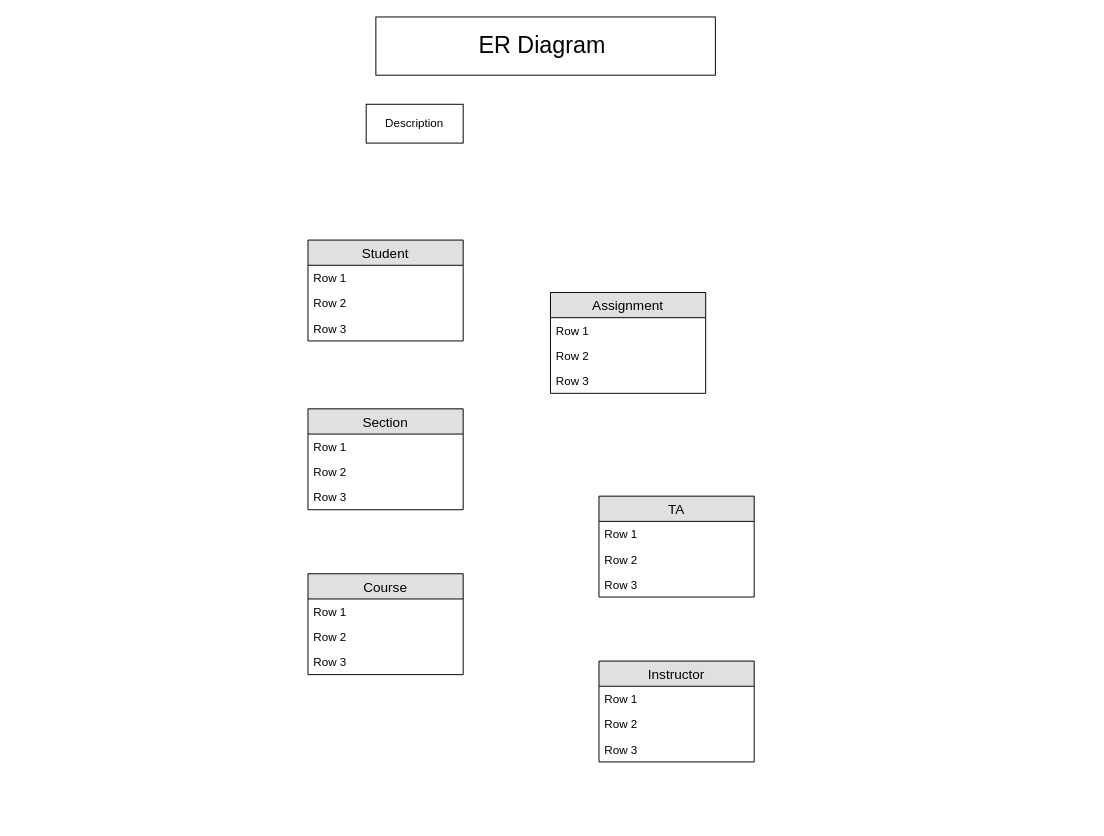
This is Assignments/Assignment 4/ER-Diagram.drawio from atomo15/amw6rc, a draw.io file, before an edit. Source tidied: cells renumbered, new cells numbered last; positions are measured from the earlier drawing's top-left corner, leaving out a move shared by most shapes. Both pictures are drawn from the tidied source at 97%, with x=0, y=0 at pixel (307, 16).
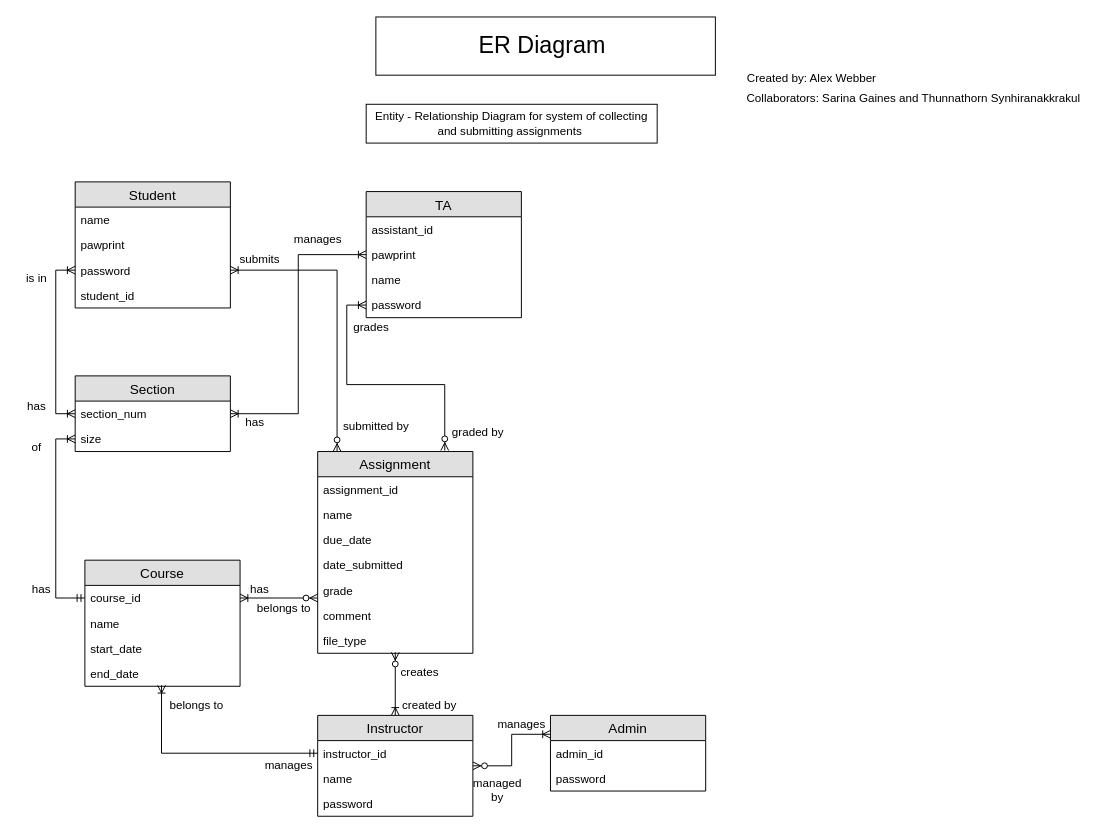
The same diagram, later.

Change to the diagram source:
```diff
@@
     <mxCell id="2" value="Student" style="swimlane;fontStyle=0;horizontal=1;startSize=26;fillColor=#e0e0e0;swimlaneFillColor=#ffffff;align=center;fontSize=14;" parent="1" vertex="1">
-      <mxGeometry y="230" width="160" height="104" as="geometry" />
+      <mxGeometry x="-240" y="170" width="160" height="130" as="geometry" />
     </mxCell>
-    <mxCell id="3" value="Row 1" style="text;strokeColor=none;fillColor=none;spacingLeft=4;spacingRight=4;overflow=hidden;fontSize=12;" parent="2" vertex="1">
+    <mxCell id="3" value="name" style="text;strokeColor=none;fillColor=none;spacingLeft=4;spacingRight=4;overflow=hidden;fontSize=12;" parent="2" vertex="1">
       <mxGeometry y="26" width="160" height="26" as="geometry" />
     </mxCell>
-    <mxCell id="4" value="Row 2" style="text;strokeColor=none;fillColor=none;spacingLeft=4;spacingRight=4;overflow=hidden;fontSize=12;" parent="2" vertex="1">
+    <mxCell id="4" value="pawprint" style="text;strokeColor=none;fillColor=none;spacingLeft=4;spacingRight=4;overflow=hidden;fontSize=12;" parent="2" vertex="1">
       <mxGeometry y="52" width="160" height="26" as="geometry" />
     </mxCell>
+    <mxCell id="28" value="password" style="text;strokeColor=none;fillColor=none;spacingLeft=4;spacingRight=4;overflow=hidden;points=[[0,0.5],[1,0.5]];portConstraint=eastwest;fontSize=12;" parent="2" vertex="1">
+      <mxGeometry y="78" width="160" height="26" as="geometry" />
+    </mxCell>
-    <mxCell id="5" value="Row 3" style="text;strokeColor=none;fillColor=none;spacingLeft=4;spacingRight=4;overflow=hidden;fontSize=12;" parent="2" vertex="1">
-      <mxGeometry y="78" width="160" height="26" as="geometry" />
+    <mxCell id="5" value="student_id" style="text;strokeColor=none;fillColor=none;spacingLeft=4;spacingRight=4;overflow=hidden;fontSize=12;" parent="2" vertex="1">
+      <mxGeometry y="104" width="160" height="26" as="geometry" />
     </mxCell>
     <mxCell id="6" value="TA" style="swimlane;fontStyle=0;horizontal=1;startSize=26;fillColor=#e0e0e0;swimlaneFillColor=#ffffff;align=center;fontSize=14;" parent="1" vertex="1">
-      <mxGeometry x="300" y="494" width="160" height="104" as="geometry" />
+      <mxGeometry x="60" y="180" width="160" height="130" as="geometry" />
     </mxCell>
-    <mxCell id="7" value="Row 1" style="text;strokeColor=none;fillColor=none;spacingLeft=4;spacingRight=4;overflow=hidden;fontSize=12;" parent="6" vertex="1">
+    <mxCell id="7" value="assistant_id" style="text;strokeColor=none;fillColor=none;spacingLeft=4;spacingRight=4;overflow=hidden;fontSize=12;" parent="6" vertex="1">
       <mxGeometry y="26" width="160" height="26" as="geometry" />
     </mxCell>
+    <mxCell id="29" value="pawprint" style="text;strokeColor=none;fillColor=none;spacingLeft=4;spacingRight=4;overflow=hidden;points=[[0,0.5],[1,0.5]];portConstraint=eastwest;fontSize=12;" parent="6" vertex="1">
+      <mxGeometry y="52" width="160" height="26" as="geometry" />
+    </mxCell>
-    <mxCell id="8" value="Row 2" style="text;strokeColor=none;fillColor=none;spacingLeft=4;spacingRight=4;overflow=hidden;fontSize=12;" parent="6" vertex="1">
-      <mxGeometry y="52" width="160" height="26" as="geometry" />
+    <mxCell id="8" value="name" style="text;strokeColor=none;fillColor=none;spacingLeft=4;spacingRight=4;overflow=hidden;fontSize=12;" parent="6" vertex="1">
+      <mxGeometry y="78" width="160" height="26" as="geometry" />
     </mxCell>
-    <mxCell id="9" value="Row 3" style="text;strokeColor=none;fillColor=none;spacingLeft=4;spacingRight=4;overflow=hidden;points=[[0,0.5],[1,0.5]];portConstraint=eastwest;fontSize=12;" parent="6" vertex="1">
-      <mxGeometry y="78" width="160" height="26" as="geometry" />
+    <mxCell id="9" value="password" style="text;strokeColor=none;fillColor=none;spacingLeft=4;spacingRight=4;overflow=hidden;points=[[0,0.5],[1,0.5]];portConstraint=eastwest;fontSize=12;" parent="6" vertex="1">
+      <mxGeometry y="104" width="160" height="26" as="geometry" />
     </mxCell>
     <mxCell id="10" value="Course" style="swimlane;fontStyle=0;horizontal=1;startSize=26;fillColor=#e0e0e0;swimlaneFillColor=#ffffff;align=center;fontSize=14;" parent="1" vertex="1">
-      <mxGeometry y="574" width="160" height="104" as="geometry" />
+      <mxGeometry x="-230" y="560" width="160" height="130" as="geometry" />
     </mxCell>
-    <mxCell id="11" value="Row 1" style="text;strokeColor=none;fillColor=none;spacingLeft=4;spacingRight=4;overflow=hidden;points=[[0,0.5],[1,0.5]];portConstraint=eastwest;fontSize=12;" parent="10" vertex="1">
+    <mxCell id="11" value="course_id" style="text;strokeColor=none;fillColor=none;spacingLeft=4;spacingRight=4;overflow=hidden;points=[[0,0.5],[1,0.5]];portConstraint=eastwest;fontSize=12;" parent="10" vertex="1">
       <mxGeometry y="26" width="160" height="26" as="geometry" />
     </mxCell>
-    <mxCell id="12" value="Row 2" style="text;strokeColor=none;fillColor=none;spacingLeft=4;spacingRight=4;overflow=hidden;fontSize=12;" parent="10" vertex="1">
+    <mxCell id="12" value="name" style="text;strokeColor=none;fillColor=none;spacingLeft=4;spacingRight=4;overflow=hidden;fontSize=12;" parent="10" vertex="1">
       <mxGeometry y="52" width="160" height="26" as="geometry" />
     </mxCell>
-    <mxCell id="13" value="Row 3" style="text;strokeColor=none;fillColor=none;spacingLeft=4;spacingRight=4;overflow=hidden;fontSize=12;" parent="10" vertex="1">
+    <mxCell id="13" value="start_date" style="text;strokeColor=none;fillColor=none;spacingLeft=4;spacingRight=4;overflow=hidden;fontSize=12;" parent="10" vertex="1">
       <mxGeometry y="78" width="160" height="26" as="geometry" />
     </mxCell>
+    <mxCell id="30" value="end_date" style="text;strokeColor=none;fillColor=none;spacingLeft=4;spacingRight=4;overflow=hidden;points=[[0,0.5],[1,0.5]];portConstraint=eastwest;fontSize=12;" parent="10" vertex="1">
+      <mxGeometry y="104" width="160" height="26" as="geometry" />
+    </mxCell>
     <mxCell id="14" value="Assignment" style="swimlane;fontStyle=0;horizontal=1;startSize=26;fillColor=#e0e0e0;swimlaneFillColor=#ffffff;align=center;fontSize=14;" parent="1" vertex="1">
-      <mxGeometry x="250" y="284" width="160" height="104" as="geometry" />
+      <mxGeometry x="10" y="448" width="160" height="208" as="geometry" />
     </mxCell>
-    <mxCell id="15" value="Row 1" style="text;strokeColor=none;fillColor=none;spacingLeft=4;spacingRight=4;overflow=hidden;fontSize=12;" parent="14" vertex="1">
+    <mxCell id="15" value="assignment_id" style="text;strokeColor=none;fillColor=none;spacingLeft=4;spacingRight=4;overflow=hidden;fontSize=12;" parent="14" vertex="1">
       <mxGeometry y="26" width="160" height="26" as="geometry" />
     </mxCell>
-    <mxCell id="16" value="Row 2" style="text;strokeColor=none;fillColor=none;spacingLeft=4;spacingRight=4;overflow=hidden;fontSize=12;" parent="14" vertex="1">
+    <mxCell id="16" value="name" style="text;strokeColor=none;fillColor=none;spacingLeft=4;spacingRight=4;overflow=hidden;fontSize=12;" parent="14" vertex="1">
       <mxGeometry y="52" width="160" height="26" as="geometry" />
     </mxCell>
+    <mxCell id="31" value="due_date" style="text;strokeColor=none;fillColor=none;spacingLeft=4;spacingRight=4;overflow=hidden;fontSize=12;" parent="14" vertex="1">
+      <mxGeometry y="78" width="160" height="26" as="geometry" />
+    </mxCell>
+    <mxCell id="32" value="date_submitted" style="text;strokeColor=none;fillColor=none;spacingLeft=4;spacingRight=4;overflow=hidden;fontSize=12;" parent="14" vertex="1">
+      <mxGeometry y="104" width="160" height="26" as="geometry" />
+    </mxCell>
+    <mxCell id="33" value="grade" style="text;strokeColor=none;fillColor=none;spacingLeft=4;spacingRight=4;overflow=hidden;points=[[0,0.5],[1,0.5]];portConstraint=eastwest;fontSize=12;" parent="14" vertex="1">
+      <mxGeometry y="130" width="160" height="26" as="geometry" />
+    </mxCell>
+    <mxCell id="34" value="comment" style="text;strokeColor=none;fillColor=none;spacingLeft=4;spacingRight=4;overflow=hidden;fontSize=12;" parent="14" vertex="1">
+      <mxGeometry y="156" width="160" height="26" as="geometry" />
+    </mxCell>
-    <mxCell id="17" value="Row 3" style="text;strokeColor=none;fillColor=none;spacingLeft=4;spacingRight=4;overflow=hidden;points=[[0,0.5],[1,0.5]];portConstraint=eastwest;fontSize=12;" parent="14" vertex="1">
-      <mxGeometry y="78" width="160" height="26" as="geometry" />
+    <mxCell id="17" value="file_type" style="text;strokeColor=none;fillColor=none;spacingLeft=4;spacingRight=4;overflow=hidden;points=[[0,0.5],[1,0.5]];portConstraint=eastwest;fontSize=12;" parent="14" vertex="1">
+      <mxGeometry y="182" width="160" height="26" as="geometry" />
     </mxCell>
     <mxCell id="18" value="Section" style="swimlane;fontStyle=0;horizontal=1;startSize=26;fillColor=#e0e0e0;swimlaneFillColor=#ffffff;align=center;fontSize=14;" parent="1" vertex="1">
-      <mxGeometry y="404" width="160" height="104" as="geometry" />
+      <mxGeometry x="-240" y="370" width="160" height="78" as="geometry" />
     </mxCell>
-    <mxCell id="19" value="Row 1" style="text;strokeColor=none;fillColor=none;spacingLeft=4;spacingRight=4;overflow=hidden;points=[[0,0.5],[1,0.5]];portConstraint=eastwest;fontSize=12;" parent="18" vertex="1">
+    <mxCell id="19" value="section_num" style="text;strokeColor=none;fillColor=none;spacingLeft=4;spacingRight=4;overflow=hidden;points=[[0,0.5],[1,0.5]];portConstraint=eastwest;fontSize=12;" parent="18" vertex="1">
       <mxGeometry y="26" width="160" height="26" as="geometry" />
     </mxCell>
-    <mxCell id="20" value="Row 2" style="text;strokeColor=none;fillColor=none;spacingLeft=4;spacingRight=4;overflow=hidden;points=[[0,0.5],[1,0.5]];portConstraint=eastwest;fontSize=12;" parent="18" vertex="1">
+    <mxCell id="20" value="size" style="text;strokeColor=none;fillColor=none;spacingLeft=4;spacingRight=4;overflow=hidden;points=[[0,0.5],[1,0.5]];portConstraint=eastwest;fontSize=12;" parent="18" vertex="1">
       <mxGeometry y="52" width="160" height="26" as="geometry" />
     </mxCell>
-    <mxCell id="21" value="Row 3" style="text;strokeColor=none;fillColor=none;spacingLeft=4;spacingRight=4;overflow=hidden;fontSize=12;" parent="18" vertex="1">
-      <mxGeometry y="78" width="160" height="26" as="geometry" />
-    </mxCell>
+    <mxCell id="35" style="edgeStyle=orthogonalEdgeStyle;rounded=0;jettySize=auto;html=1;exitX=0.5;exitY=0;exitDx=0;exitDy=0;entryX=0.5;entryY=0.962;entryDx=0;entryDy=0;entryPerimeter=0;startArrow=ERoneToMany;startFill=0;endArrow=ERzeroToMany;endFill=1;" parent="1" edge="1" source="22" target="17">
+      <mxGeometry relative="1" as="geometry" />
+    </mxCell>
     <mxCell id="22" value="Instructor" style="swimlane;fontStyle=0;horizontal=1;startSize=26;fillColor=#e0e0e0;swimlaneFillColor=#ffffff;align=center;fontSize=14;" parent="1" vertex="1">
-      <mxGeometry x="300" y="664" width="160" height="104" as="geometry" />
+      <mxGeometry x="10" y="720" width="160" height="104" as="geometry" />
     </mxCell>
-    <mxCell id="23" value="Row 1" style="text;strokeColor=none;fillColor=none;spacingLeft=4;spacingRight=4;overflow=hidden;points=[[0,0.5],[1,0.5]];portConstraint=eastwest;fontSize=12;" parent="22" vertex="1">
+    <mxCell id="23" value="instructor_id" style="text;strokeColor=none;fillColor=none;spacingLeft=4;spacingRight=4;overflow=hidden;points=[[0,0.5],[1,0.5]];portConstraint=eastwest;fontSize=12;" parent="22" vertex="1">
       <mxGeometry y="26" width="160" height="26" as="geometry" />
     </mxCell>
-    <mxCell id="24" value="Row 2" style="text;strokeColor=none;fillColor=none;spacingLeft=4;spacingRight=4;overflow=hidden;fontSize=12;" parent="22" vertex="1">
+    <mxCell id="24" value="name" style="text;strokeColor=none;fillColor=none;spacingLeft=4;spacingRight=4;overflow=hidden;fontSize=12;" parent="22" vertex="1">
       <mxGeometry y="52" width="160" height="26" as="geometry" />
     </mxCell>
-    <mxCell id="25" value="Row 3" style="text;strokeColor=none;fillColor=none;spacingLeft=4;spacingRight=4;overflow=hidden;fontSize=12;" parent="22" vertex="1">
+    <mxCell id="25" value="password" style="text;strokeColor=none;fillColor=none;spacingLeft=4;spacingRight=4;overflow=hidden;fontSize=12;" parent="22" vertex="1">
       <mxGeometry y="78" width="160" height="26" as="geometry" />
     </mxCell>
@@
-    <mxCell id="27" value="Description" style="whiteSpace=wrap;html=1;align=center;" parent="1" vertex="1">
-      <mxGeometry x="60" y="90" width="100" height="40" as="geometry" />
+    <mxCell id="27" value="Entity - Relationship Diagram for system of collecting and submitting assignments&amp;nbsp;" style="whiteSpace=wrap;html=1;align=center;" parent="1" vertex="1">
+      <mxGeometry x="60" y="90" width="300" height="40" as="geometry" />
     </mxCell>
+    <mxCell id="36" style="edgeStyle=orthogonalEdgeStyle;rounded=0;jettySize=auto;html=1;exitX=0;exitY=0.25;exitDx=0;exitDy=0;startArrow=ERoneToMany;startFill=0;endArrow=ERzeroToMany;endFill=1;" parent="1" edge="1" source="37" target="22">
+      <mxGeometry relative="1" as="geometry" />
+    </mxCell>
+    <mxCell id="37" value="Admin" style="swimlane;fontStyle=0;horizontal=1;startSize=26;fillColor=#e0e0e0;swimlaneFillColor=#ffffff;align=center;fontSize=14;" parent="1" vertex="1">
+      <mxGeometry x="250" y="720" width="160" height="78" as="geometry" />
+    </mxCell>
+    <mxCell id="38" value="admin_id" style="text;strokeColor=none;fillColor=none;spacingLeft=4;spacingRight=4;overflow=hidden;fontSize=12;" parent="37" vertex="1">
+      <mxGeometry y="26" width="160" height="26" as="geometry" />
+    </mxCell>
+    <mxCell id="39" value="password" style="text;strokeColor=none;fillColor=none;spacingLeft=4;spacingRight=4;overflow=hidden;fontSize=12;" parent="37" vertex="1">
+      <mxGeometry y="52" width="160" height="26" as="geometry" />
+    </mxCell>
+    <mxCell id="40" style="edgeStyle=orthogonalEdgeStyle;rounded=0;jettySize=auto;html=1;exitX=0;exitY=0.5;exitDx=0;exitDy=0;entryX=0;entryY=0.5;entryDx=0;entryDy=0;endArrow=ERoneToMany;endFill=0;startArrow=ERoneToMany;startFill=0;" parent="1" edge="1" source="28" target="19">
+      <mxGeometry relative="1" as="geometry" />
+    </mxCell>
+    <mxCell id="41" value="is in" style="text;html=1;align=center;verticalAlign=middle;" parent="1" vertex="1">
+      <mxGeometry x="-300" y="260" width="40" height="20" as="geometry" />
+    </mxCell>
+    <mxCell id="42" value="has" style="text;html=1;align=center;verticalAlign=middle;" parent="1" vertex="1">
+      <mxGeometry x="-295" y="392" width="30" height="20" as="geometry" />
+    </mxCell>
+    <mxCell id="43" style="edgeStyle=orthogonalEdgeStyle;rounded=0;jettySize=auto;html=1;exitX=0;exitY=0.5;exitDx=0;exitDy=0;startArrow=ERoneToMany;startFill=0;endArrow=ERmandOne;endFill=0;" parent="1" edge="1" source="20" target="11">
+      <mxGeometry relative="1" as="geometry" />
+    </mxCell>
+    <mxCell id="44" value="has" style="text;html=1;align=center;verticalAlign=middle;" parent="1" vertex="1">
+      <mxGeometry x="-290" y="580" width="30" height="20" as="geometry" />
+    </mxCell>
+    <mxCell id="45" value="of" style="text;html=1;align=center;verticalAlign=middle;" parent="1" vertex="1">
+      <mxGeometry x="-295" y="434" width="30" height="20" as="geometry" />
+    </mxCell>
+    <mxCell id="46" style="edgeStyle=orthogonalEdgeStyle;rounded=0;jettySize=auto;html=1;exitX=0;exitY=0.5;exitDx=0;exitDy=0;entryX=1;entryY=0.5;entryDx=0;entryDy=0;startArrow=ERoneToMany;startFill=0;endArrow=ERoneToMany;endFill=0;" parent="1" edge="1" source="29" target="19">
+      <mxGeometry relative="1" as="geometry" />
+    </mxCell>
+    <mxCell id="47" value="manages" style="text;html=1;align=center;verticalAlign=middle;" parent="1" vertex="1">
+      <mxGeometry x="-20" y="220" width="60" height="20" as="geometry" />
+    </mxCell>
+    <mxCell id="48" value="has" style="text;html=1;align=center;verticalAlign=middle;" parent="1" vertex="1">
+      <mxGeometry x="-70" y="408" width="30" height="20" as="geometry" />
+    </mxCell>
+    <mxCell id="49" style="edgeStyle=orthogonalEdgeStyle;rounded=0;jettySize=auto;html=1;exitX=1;exitY=0.5;exitDx=0;exitDy=0;entryX=0.125;entryY=0;entryDx=0;entryDy=0;entryPerimeter=0;startArrow=ERoneToMany;startFill=0;endArrow=ERzeroToMany;endFill=1;" parent="1" edge="1" source="28" target="14">
+      <mxGeometry relative="1" as="geometry" />
+    </mxCell>
+    <mxCell id="50" value="submits" style="text;html=1;align=center;verticalAlign=middle;" parent="1" vertex="1">
+      <mxGeometry x="-80" y="240" width="60" height="20" as="geometry" />
+    </mxCell>
+    <mxCell id="51" value="submitted by" style="text;html=1;align=center;verticalAlign=middle;" parent="1" vertex="1">
+      <mxGeometry x="30" y="412" width="80" height="20" as="geometry" />
+    </mxCell>
+    <mxCell id="52" style="edgeStyle=orthogonalEdgeStyle;rounded=0;jettySize=auto;html=1;exitX=1;exitY=0.5;exitDx=0;exitDy=0;entryX=0;entryY=0.808;entryDx=0;entryDy=0;entryPerimeter=0;startArrow=ERoneToMany;startFill=0;endArrow=ERzeroToMany;endFill=1;" parent="1" edge="1" source="11" target="33">
+      <mxGeometry relative="1" as="geometry" />
+    </mxCell>
+    <mxCell id="53" value="has" style="text;html=1;align=center;verticalAlign=middle;" parent="1" vertex="1">
+      <mxGeometry x="-65" y="580" width="30" height="20" as="geometry" />
+    </mxCell>
+    <mxCell id="54" value="belongs to" style="text;html=1;align=center;verticalAlign=middle;" parent="1" vertex="1">
+      <mxGeometry x="-60" y="600" width="70" height="20" as="geometry" />
+    </mxCell>
+    <mxCell id="55" style="edgeStyle=orthogonalEdgeStyle;rounded=0;jettySize=auto;html=1;exitX=0;exitY=0.5;exitDx=0;exitDy=0;entryX=0.494;entryY=0.962;entryDx=0;entryDy=0;entryPerimeter=0;startArrow=ERmandOne;startFill=0;endArrow=ERoneToMany;endFill=0;" parent="1" edge="1" source="23" target="30">
+      <mxGeometry relative="1" as="geometry" />
+    </mxCell>
+    <mxCell id="56" value="manages" style="text;html=1;align=center;verticalAlign=middle;" parent="1" vertex="1">
+      <mxGeometry x="-50" y="762" width="60" height="20" as="geometry" />
+    </mxCell>
+    <mxCell id="57" value="belongs to" style="text;html=1;align=center;verticalAlign=middle;" parent="1" vertex="1">
+      <mxGeometry x="-150" y="700" width="70" height="20" as="geometry" />
+    </mxCell>
+    <mxCell id="58" style="edgeStyle=orthogonalEdgeStyle;rounded=0;jettySize=auto;html=1;exitX=0;exitY=0.5;exitDx=0;exitDy=0;entryX=0.819;entryY=-0.005;entryDx=0;entryDy=0;entryPerimeter=0;startArrow=ERoneToMany;startFill=0;endArrow=ERzeroToMany;endFill=1;" parent="1" edge="1" source="9" target="14">
+      <mxGeometry relative="1" as="geometry" />
+    </mxCell>
+    <mxCell id="59" value="grades" style="text;html=1;align=center;verticalAlign=middle;" parent="1" vertex="1">
+      <mxGeometry x="40" y="310" width="50" height="20" as="geometry" />
+    </mxCell>
+    <mxCell id="60" value="graded by" style="text;html=1;align=center;verticalAlign=middle;" parent="1" vertex="1">
+      <mxGeometry x="140" y="418" width="70" height="20" as="geometry" />
+    </mxCell>
+    <mxCell id="61" value="creates" style="text;html=1;align=center;verticalAlign=middle;" parent="1" vertex="1">
+      <mxGeometry x="90" y="666" width="50" height="20" as="geometry" />
+    </mxCell>
+    <mxCell id="62" value="created by" style="text;html=1;align=center;verticalAlign=middle;" parent="1" vertex="1">
+      <mxGeometry x="90" y="700" width="70" height="20" as="geometry" />
+    </mxCell>
+    <mxCell id="63" value="manages" style="text;html=1;align=center;verticalAlign=middle;" parent="1" vertex="1">
+      <mxGeometry x="190" y="720" width="60" height="20" as="geometry" />
+    </mxCell>
+    <mxCell id="64" value="managed&lt;br&gt;by" style="text;html=1;align=center;verticalAlign=middle;" parent="1" vertex="1">
+      <mxGeometry x="160" y="782" width="70" height="30" as="geometry" />
+    </mxCell>
+    <mxCell id="65" value="Created by: Alex Webber" style="text;html=1;align=center;verticalAlign=middle;" parent="1" vertex="1">
+      <mxGeometry x="444" y="54" width="150" height="20" as="geometry" />
+    </mxCell>
+    <mxCell id="66" value="Collaborators: Sarina Gaines and Thunnathorn&amp;nbsp;Synhiranakkrakul" style="text;html=1;align=center;verticalAlign=middle;" parent="1" vertex="1">
+      <mxGeometry x="444" y="74" width="360" height="20" as="geometry" />
+    </mxCell>
```
